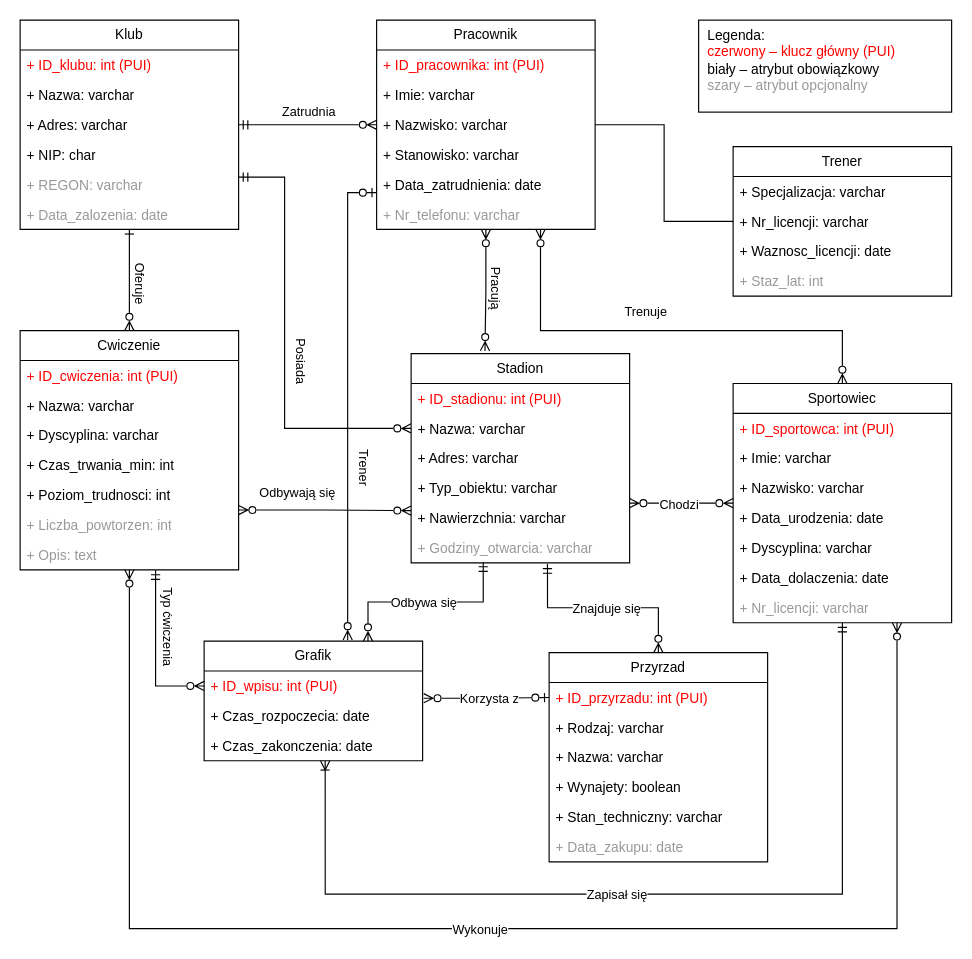
Before: model.drawio in ErmitaVulpe/BDBT_proj, a draw.io diagram. Source tidied: cells renumbered, new cells numbered last; positions are measured from the earlier drawing's top-left corner, leaving out a move shared by most shapes. Both pictures are drawn from the tidied source at 115%, with x=0, y=0 at pixel (20, 20).
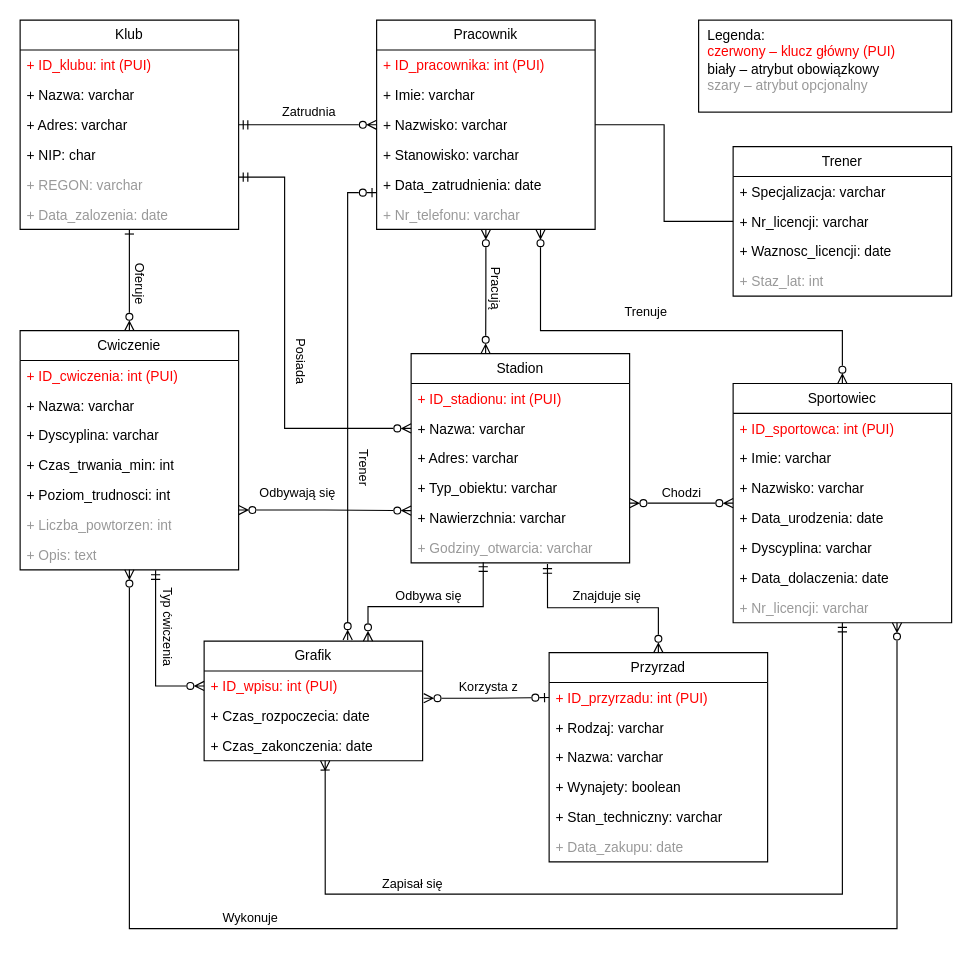
After the change.

The change refers to these unchanged cells:
```xml
<mxCell id="8" style="edgeStyle=orthogonalEdgeStyle;rounded=0;jettySize=auto;html=1;exitX=0.624;exitY=1.038;exitDx=0;exitDy=0;defaultLabelBackgroundColor=page;startArrow=ERmandOne;startFill=0;endArrow=ERzeroToMany;endFill=0;exitPerimeter=0;" parent="1" edge="1" source="54" target="71">
  <mxGeometry x="0.14" relative="1" as="geometry" />
</mxCell>
<mxCell id="10" style="edgeStyle=orthogonalEdgeStyle;rounded=0;jettySize=auto;html=1;defaultLabelBackgroundColor=page;startArrow=ERzeroToMany;startFill=0;endArrow=ERzeroToMany;endFill=0;" parent="1" edge="1" source="57">
  <mxGeometry relative="1" as="geometry">
    <mxPoint x="530" y="420" as="targetPoint" />
  </mxGeometry>
</mxCell>
<mxCell id="12" style="edgeStyle=orthogonalEdgeStyle;rounded=0;jettySize=auto;html=1;exitX=0.75;exitY=1;exitDx=0;exitDy=0;defaultLabelBackgroundColor=page;entryX=0.5;entryY=1;entryDx=0;entryDy=0;startArrow=ERzeroToMany;startFill=0;endArrow=ERzeroToMany;endFill=0;" parent="1" edge="1" source="57" target="40">
  <mxGeometry x="-0.01" relative="1" as="geometry">
    <Array as="points">
      <mxPoint x="762.5" y="790" />
      <mxPoint x="95" y="790" />
    </Array>
  </mxGeometry>
</mxCell>
<mxCell id="28" value="&lt;div&gt;Pracownik&lt;/div&gt;" style="swimlane;fontStyle=0;horizontal=1;startSize=26;fillColor=none;whiteSpace=wrap;html=1;" parent="1" vertex="1">
  <mxGeometry x="310" width="190" height="182" as="geometry" />
</mxCell>
<mxCell id="48" value="Stadion" style="swimlane;fontStyle=0;horizontal=1;startSize=26;fillColor=none;whiteSpace=wrap;html=1;" parent="1" vertex="1">
  <mxGeometry x="340" y="290" width="190" height="182" as="geometry" />
</mxCell>
<mxCell id="54" value="+ Godziny_otwarcia: varchar" style="text;strokeColor=none;fillColor=none;align=left;verticalAlign=top;spacingLeft=4;spacingRight=4;overflow=hidden;points=[[0,0.5],[1,0.5]];portConstraint=eastwest;whiteSpace=wrap;html=1;fontColor=#999999;" parent="48" vertex="1">
  <mxGeometry y="156" width="190" height="26" as="geometry" />
</mxCell>
<mxCell id="55" style="edgeStyle=orthogonalEdgeStyle;rounded=0;jettySize=auto;html=1;defaultLabelBackgroundColor=page;entryX=0.554;entryY=1.004;entryDx=0;entryDy=0;entryPerimeter=0;startArrow=ERmandOne;startFill=0;endArrow=ERoneToMany;endFill=0;" parent="1" edge="1" source="57" target="70">
  <mxGeometry x="-0.6" relative="1" as="geometry">
    <Array as="points">
      <mxPoint x="715" y="760" />
      <mxPoint x="265.3" y="760" />
    </Array>
  </mxGeometry>
</mxCell>
<mxCell id="67" value="Grafik" style="swimlane;fontStyle=0;horizontal=1;startSize=26;fillColor=none;whiteSpace=wrap;html=1;" parent="1" vertex="1">
  <mxGeometry x="160" y="540" width="190" height="104" as="geometry" />
</mxCell>
<mxCell id="79" style="edgeStyle=orthogonalEdgeStyle;rounded=0;jettySize=auto;html=1;entryX=0;entryY=0.5;entryDx=0;entryDy=0;defaultLabelBackgroundColor=page;endArrow=ERzeroToOne;endFill=0;startArrow=ERzeroToMany;startFill=0;exitX=1.005;exitY=0.91;exitDx=0;exitDy=0;exitPerimeter=0;" parent="1" edge="1" source="68" target="72">
  <mxGeometry x="-0.01" relative="1" as="geometry" />
</mxCell>
```

The edit, as a diff of the source:
```diff
@@
     <mxCell id="9" value="Znajduje się" style="edgeLabel;html=1;align=center;verticalAlign=middle;inheritText=1;defaultLabelBackgroundColor=page;" parent="8" vertex="1">
       <mxGeometry x="0.11" relative="1" as="geometry">
-        <mxPoint x="-7" as="offset" />
+        <mxPoint x="-7" y="-11" as="offset" />
       </mxGeometry>
     </mxCell>
@@
     <mxCell id="11" value="Chodzi" style="edgeLabel;html=1;align=center;verticalAlign=middle;inheritText=1;defaultLabelBackgroundColor=page;" parent="10" vertex="1">
-      <mxGeometry x="0.05" y="1" relative="1" as="geometry" />
+      <mxGeometry x="0.05" y="1" relative="1" as="geometry">
+        <mxPoint x="2" y="-11" as="offset" />
+      </mxGeometry>
     </mxCell>
@@
     <mxCell id="13" value="Wykonuje" style="edgeLabel;html=1;align=center;verticalAlign=middle;inheritText=1;defaultLabelBackgroundColor=page;" parent="12" vertex="1">
       <mxGeometry x="-0.03" y="1" relative="1" as="geometry">
-        <mxPoint x="-25" y="-1" as="offset" />
+        <mxPoint x="-225" y="-11" as="offset" />
       </mxGeometry>
     </mxCell>
@@
-    <mxCell id="17" style="edgeStyle=orthogonalEdgeStyle;rounded=0;jettySize=auto;html=1;exitX=0.5;exitY=1;exitDx=0;exitDy=0;entryX=0.338;entryY=-0.013;entryDx=0;entryDy=0;defaultLabelBackgroundColor=page;startArrow=ERzeroToMany;startFill=0;endArrow=ERzeroToMany;endFill=0;entryPerimeter=0;" parent="1" edge="1" source="28" target="48">
-      <mxGeometry relative="1" as="geometry" />
+    <mxCell id="17" style="edgeStyle=orthogonalEdgeStyle;rounded=0;jettySize=auto;html=1;exitX=0.5;exitY=1;exitDx=0;exitDy=0;entryX=0.341;entryY=0;entryDx=0;entryDy=0;defaultLabelBackgroundColor=page;startArrow=ERzeroToMany;startFill=0;endArrow=ERzeroToMany;endFill=0;entryPerimeter=0;" parent="1" edge="1" source="28" target="48">
+      <mxGeometry x="-0.02" relative="1" as="geometry" />
     </mxCell>
     <mxCell id="18" value="Pracują" style="edgeLabel;html=1;align=center;verticalAlign=middle;inheritText=1;defaultLabelBackgroundColor=page;rotation=90;" parent="17" vertex="1">
-      <mxGeometry x="-0.06" relative="1" as="geometry">
+      <mxGeometry x="-0.08" relative="1" as="geometry">
         <mxPoint x="10" as="offset" />
       </mxGeometry>
     </mxCell>
@@
     <mxCell id="56" value="Zapisał się" style="edgeLabel;html=1;align=center;verticalAlign=middle;inheritText=1;defaultLabelBackgroundColor=page;" parent="55" vertex="1">
-      <mxGeometry x="0.08" relative="1" as="geometry" />
+      <mxGeometry x="0.08" relative="1" as="geometry">
+        <mxPoint x="-178" y="-10" as="offset" />
+      </mxGeometry>
     </mxCell>
@@
     <mxCell id="65" style="edgeStyle=orthogonalEdgeStyle;rounded=0;jettySize=auto;html=1;defaultLabelBackgroundColor=page;endArrow=ERmandOne;endFill=0;startArrow=ERzeroToMany;startFill=0;exitX=0.75;exitY=0;exitDx=0;exitDy=0;entryX=0.33;entryY=0.974;entryDx=0;entryDy=0;entryPerimeter=0;" parent="1" edge="1" source="67" target="54">
-      <mxGeometry x="0.02" relative="1" as="geometry" />
+      <mxGeometry x="0.02" relative="1" as="geometry">
+        <Array as="points">
+          <mxPoint x="302.5" y="510" />
+          <mxPoint x="402.7" y="510" />
+        </Array>
+      </mxGeometry>
     </mxCell>
     <mxCell id="66" value="Odbywa się" style="edgeLabel;html=1;align=center;verticalAlign=middle;inheritText=1;defaultLabelBackgroundColor=page;" parent="65" vertex="1">
       <mxGeometry x="0.06" relative="1" as="geometry">
-        <mxPoint x="-8" as="offset" />
+        <mxPoint x="-8" y="-10" as="offset" />
       </mxGeometry>
     </mxCell>
@@
     <mxCell id="80" value="Korzysta z" style="edgeLabel;html=1;align=center;verticalAlign=middle;inheritText=1;defaultLabelBackgroundColor=page;" parent="79" vertex="1">
       <mxGeometry x="-0.01" y="-1" relative="1" as="geometry">
-        <mxPoint x="1" as="offset" />
+        <mxPoint y="-10" as="offset" />
       </mxGeometry>
     </mxCell>
```
